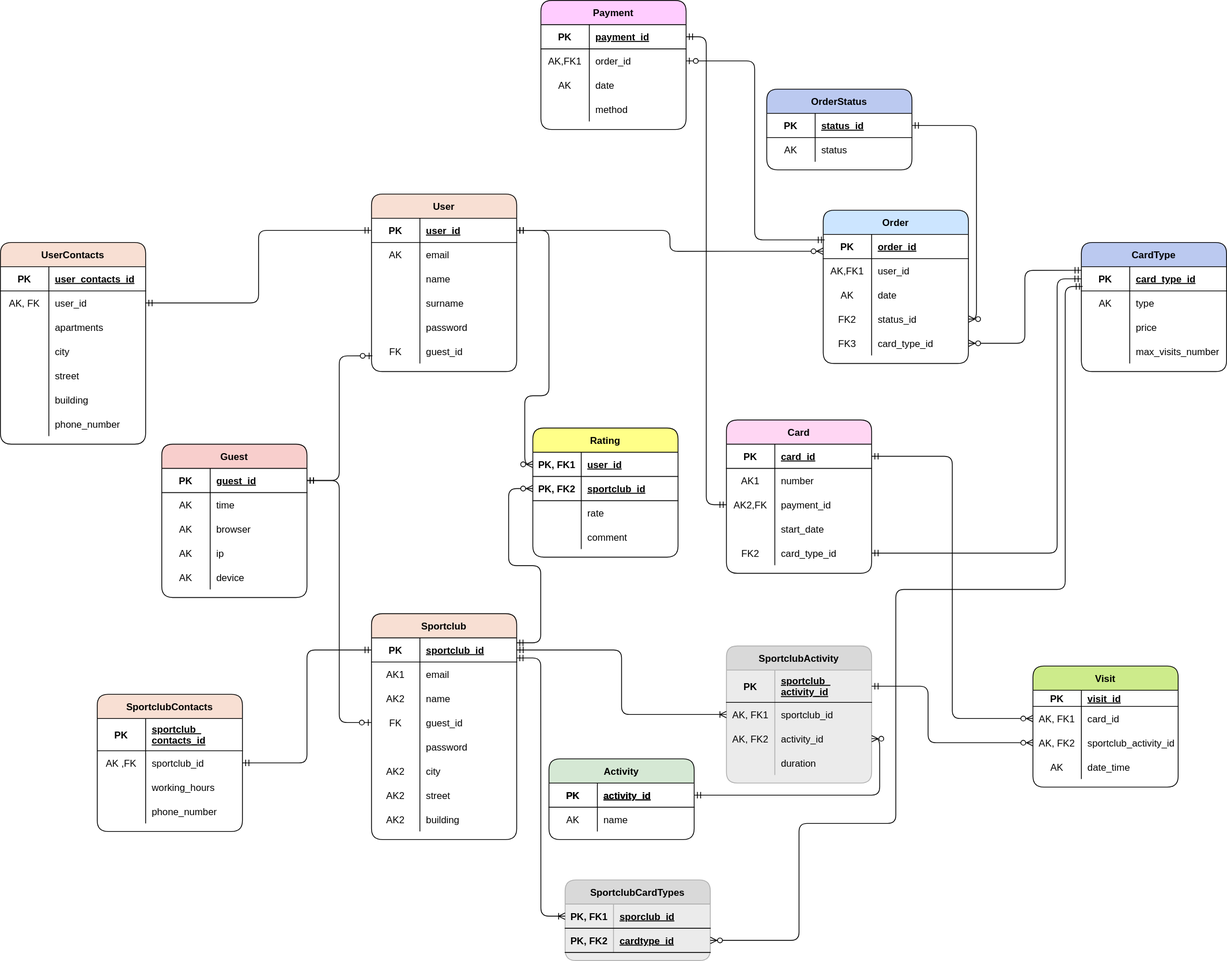
Earlier version of the draw.io export Design/Diagrams/MultisportLogicalModel.drawio.svg (Nataly-git/multisport). Source tidied: cells renumbered, new cells last; positions are measured from the earlier drawing's top-left corner, leaving out a move shared by most shapes.
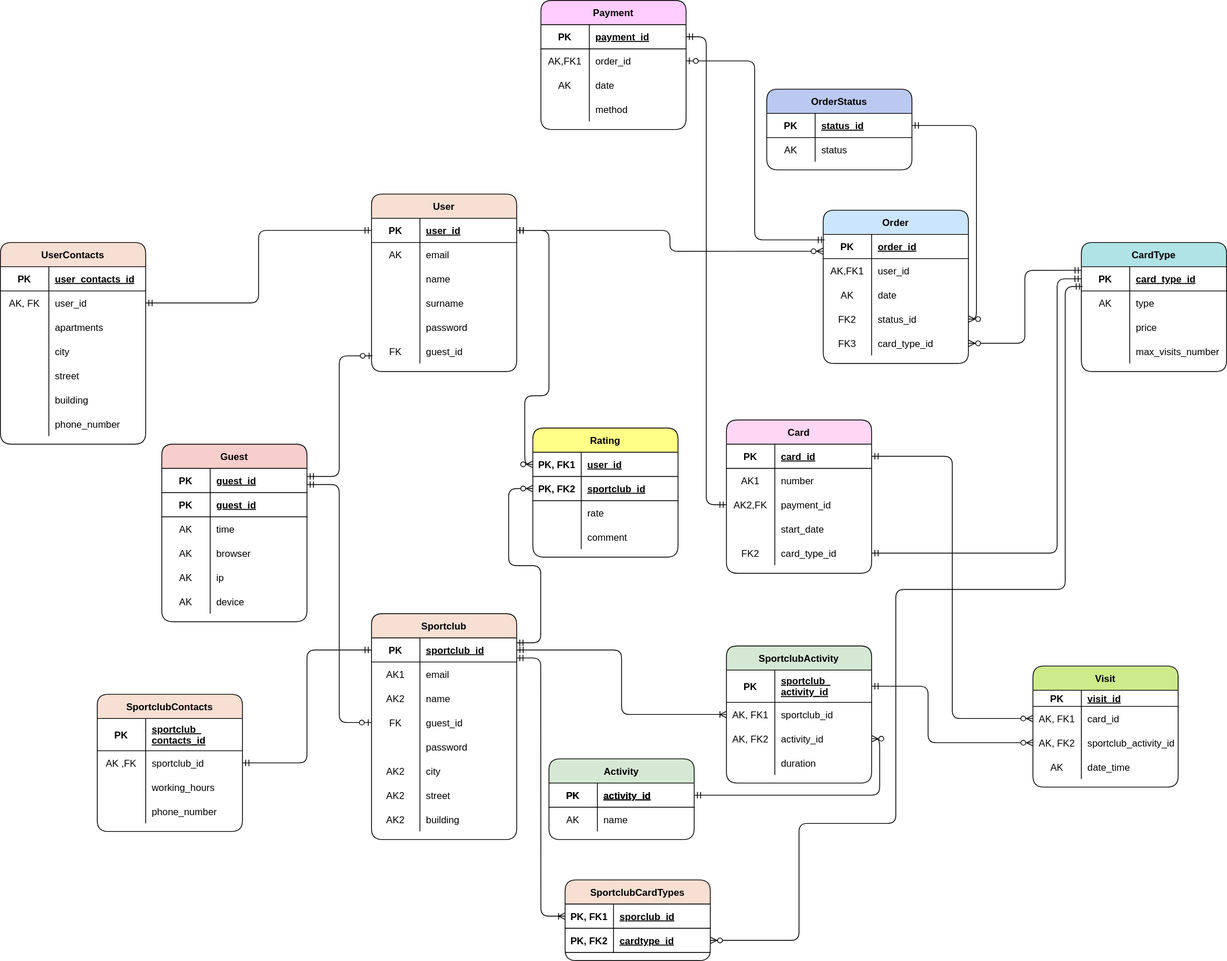
Later version of the same file.

Commit message:
update logical schema

What changed in the source:
```diff
@@ -3,7 +3,7 @@
     <mxCell id="0" />
     <mxCell id="1" parent="0" />
     <mxCell id="2" value="Guest" style="shape=table;startSize=30;rowLines=0;fontStyle=1;align=center;fillColor=#F8CECC;rounded=1;" parent="1" vertex="1">
-      <mxGeometry x="200" y="550" width="180" height="190" as="geometry" />
+      <mxGeometry x="200" y="550" width="180" height="220" as="geometry" />
     </mxCell>
     <mxCell id="3" style="shape=tableRow;horizontal=0;startSize=0;swimlaneHead=0;swimlaneBody=0;fillColor=none;points=[[0,0.5],[1,0.5]];portConstraint=eastwest;top=0;left=0;right=0;bottom=1;" parent="2" vertex="1">
       <mxGeometry y="30" width="180" height="30" as="geometry" />
@@ -14,8 +14,17 @@
     <mxCell id="5" value="guest_id" style="shape=partialRectangle;fillColor=none;top=0;left=0;bottom=0;right=0;align=left;spacingLeft=6;fontStyle=5;overflow=hidden;" parent="3" vertex="1">
       <mxGeometry x="60" width="120" height="30" as="geometry" />
     </mxCell>
+    <mxCell id="237" style="shape=tableRow;horizontal=0;startSize=0;swimlaneHead=0;swimlaneBody=0;fillColor=none;top=0;left=0;right=0;bottom=1;" parent="2" vertex="1">
+      <mxGeometry y="60" width="180" height="30" as="geometry" />
+    </mxCell>
+    <mxCell id="238" value="PK" style="shape=partialRectangle;fillColor=none;top=0;left=0;bottom=0;right=0;fontStyle=1;overflow=hidden;" parent="237" vertex="1">
+      <mxGeometry width="60" height="30" as="geometry" />
+    </mxCell>
+    <mxCell id="239" value="guest_id" style="shape=partialRectangle;fillColor=none;top=0;left=0;bottom=0;right=0;align=left;spacingLeft=6;fontStyle=5;overflow=hidden;" parent="237" vertex="1">
+      <mxGeometry x="60" width="120" height="30" as="geometry" />
+    </mxCell>
     <mxCell id="6" style="shape=tableRow;horizontal=0;startSize=0;swimlaneHead=0;swimlaneBody=0;fillColor=none;top=0;left=0;right=0;bottom=0;" parent="2" vertex="1">
-      <mxGeometry y="60" width="180" height="30" as="geometry" />
+      <mxGeometry y="90" width="180" height="30" as="geometry" />
     </mxCell>
     <mxCell id="7" value="AK" style="shape=partialRectangle;fillColor=none;top=0;left=0;bottom=0;right=0;overflow=hidden;" parent="6" vertex="1">
       <mxGeometry width="60" height="30" as="geometry" />
@@ -24,7 +33,7 @@
       <mxGeometry x="60" width="120" height="30" as="geometry" />
     </mxCell>
     <mxCell id="9" style="shape=tableRow;horizontal=0;startSize=0;swimlaneHead=0;swimlaneBody=0;fillColor=none;top=0;left=0;right=0;bottom=0;" parent="2" vertex="1">
-      <mxGeometry y="90" width="180" height="30" as="geometry" />
+      <mxGeometry y="120" width="180" height="30" as="geometry" />
     </mxCell>
     <mxCell id="10" value="AK" style="shape=partialRectangle;fillColor=none;top=0;left=0;bottom=0;right=0;overflow=hidden;" parent="9" vertex="1">
       <mxGeometry width="60" height="30" as="geometry" />
@@ -33,7 +42,7 @@
       <mxGeometry x="60" width="120" height="30" as="geometry" />
     </mxCell>
     <mxCell id="12" style="shape=tableRow;horizontal=0;startSize=0;swimlaneHead=0;swimlaneBody=0;fillColor=none;top=0;left=0;right=0;bottom=0;" parent="2" vertex="1">
-      <mxGeometry y="120" width="180" height="30" as="geometry" />
+      <mxGeometry y="150" width="180" height="30" as="geometry" />
     </mxCell>
     <mxCell id="13" value="AK" style="shape=partialRectangle;fillColor=none;top=0;left=0;bottom=0;right=0;overflow=hidden;" parent="12" vertex="1">
       <mxGeometry width="60" height="30" as="geometry" />
@@ -42,7 +51,7 @@
       <mxGeometry x="60" width="120" height="30" as="geometry" />
     </mxCell>
     <mxCell id="15" style="shape=tableRow;horizontal=0;startSize=0;swimlaneHead=0;swimlaneBody=0;fillColor=none;top=0;left=0;right=0;bottom=0;" parent="2" vertex="1">
-      <mxGeometry y="150" width="180" height="30" as="geometry" />
+      <mxGeometry y="180" width="180" height="30" as="geometry" />
     </mxCell>
     <mxCell id="16" value="AK" style="shape=partialRectangle;fillColor=none;top=0;left=0;bottom=0;right=0;overflow=hidden;" parent="15" vertex="1">
       <mxGeometry width="60" height="30" as="geometry" />
@@ -308,7 +317,7 @@
     <mxCell id="103" value="name" style="shape=partialRectangle;fillColor=none;top=0;left=0;bottom=0;right=0;align=left;spacingLeft=6;overflow=hidden;" parent="101" vertex="1">
       <mxGeometry x="60" width="120" height="30" as="geometry" />
     </mxCell>
-    <mxCell id="104" value="SportclubActivity" style="shape=table;startSize=30;rowLines=0;fontStyle=1;align=center;fillColor=#D9D9D9;rounded=1;strokeColor=#ADADAD;swimlaneFillColor=#EBEBEB;" parent="1" vertex="1">
+    <mxCell id="104" value="SportclubActivity" style="shape=table;startSize=30;rowLines=0;fontStyle=1;align=center;fillColor=#D5E8D4;rounded=1;strokeColor=default;swimlaneFillColor=none;perimeterSpacing=1;" parent="1" vertex="1">
       <mxGeometry x="900" y="800" width="180" height="170" as="geometry" />
     </mxCell>
     <mxCell id="105" style="shape=tableRow;horizontal=0;startSize=0;swimlaneHead=0;swimlaneBody=0;fillColor=none;points=[[0,0.5],[1,0.5]];portConstraint=eastwest;top=0;left=0;right=0;bottom=1;" parent="104" vertex="1">
@@ -416,7 +425,7 @@
     <mxCell id="139" value="card_type_id" style="shape=partialRectangle;fillColor=none;top=0;left=0;bottom=0;right=0;align=left;spacingLeft=6;overflow=hidden;" parent="137" vertex="1">
       <mxGeometry x="60" width="120" height="30" as="geometry" />
     </mxCell>
-    <mxCell id="140" value="CardType" style="shape=table;startSize=30;rowLines=0;fontStyle=1;align=center;fillColor=#BBC9F0;rounded=1;" parent="1" vertex="1">
+    <mxCell id="140" value="CardType" style="shape=table;startSize=30;rowLines=0;fontStyle=1;align=center;fillColor=#B0E3E6;rounded=1;" parent="1" vertex="1">
       <mxGeometry x="1340" y="300" width="180" height="160" as="geometry" />
     </mxCell>
     <mxCell id="141" style="shape=tableRow;horizontal=0;startSize=0;swimlaneHead=0;swimlaneBody=0;fillColor=none;points=[[0,0.5],[1,0.5]];portConstraint=eastwest;top=0;left=0;right=0;bottom=1;" parent="140" vertex="1">
@@ -658,13 +667,20 @@
         </Array>
       </mxGeometry>
     </mxCell>
-    <mxCell id="215" style="edgeStyle=orthogonalEdgeStyle;fontSize=12;html=1;endArrow=ERzeroToOne;startArrow=ERmandOne;exitX=1;exitY=0.5;exitDx=0;exitDy=0;entryX=0.006;entryY=0.684;entryDx=0;entryDy=0;entryPerimeter=0;rounded=1;" parent="1" edge="1" source="3" target="34">
-      <mxGeometry relative="1" as="geometry" />
+    <mxCell id="215" style="edgeStyle=orthogonalEdgeStyle;fontSize=12;html=1;endArrow=ERzeroToOne;startArrow=ERmandOne;entryX=0.006;entryY=0.684;entryDx=0;entryDy=0;entryPerimeter=0;rounded=1;" parent="1" edge="1" target="34">
+      <mxGeometry relative="1" as="geometry">
+        <mxPoint x="380" y="590" as="sourcePoint" />
+        <Array as="points">
+          <mxPoint x="420" y="590" />
+          <mxPoint x="420" y="441" />
+        </Array>
+      </mxGeometry>
     </mxCell>
-    <mxCell id="216" style="edgeStyle=orthogonalEdgeStyle;fontSize=12;html=1;endArrow=ERzeroToOne;startArrow=ERmandOne;exitX=1;exitY=0.5;exitDx=0;exitDy=0;entryX=0;entryY=0.5;entryDx=0;entryDy=0;rounded=1;jumpStyle=none;" parent="1" edge="1" source="3" target="47">
+    <mxCell id="216" style="edgeStyle=orthogonalEdgeStyle;fontSize=12;html=1;endArrow=ERzeroToOne;startArrow=ERmandOne;entryX=0;entryY=0.5;entryDx=0;entryDy=0;rounded=1;jumpStyle=none;" parent="1" edge="1" target="47">
       <mxGeometry relative="1" as="geometry">
+        <mxPoint x="380" y="600" as="sourcePoint" />
         <Array as="points">
-          <mxPoint x="420" y="595" />
+          <mxPoint x="420" y="600" />
           <mxPoint x="420" y="895" />
         </Array>
       </mxGeometry>
@@ -675,7 +691,7 @@
     <mxCell id="218" style="edgeStyle=orthogonalEdgeStyle;fontSize=12;html=1;endArrow=ERzeroToOne;startArrow=ERmandOne;rounded=1;entryX=1;entryY=0.5;entryDx=0;entryDy=0;exitX=0.01;exitY=0.227;exitDx=0;exitDy=0;exitPerimeter=0;strokeColor=default;" parent="1" edge="1" source="125" target="172">
       <mxGeometry relative="1" as="geometry" />
     </mxCell>
-    <mxCell id="219" value="SportclubCardTypes" style="shape=table;startSize=30;rowLines=0;fontStyle=1;align=center;fillColor=#D9D9D9;rounded=1;strokeColor=#ADADAD;swimlaneFillColor=#EBEBEB;fillStyle=auto;sketch=0;gradientColor=none;perimeterSpacing=0;swimlaneLine=1;" parent="1" vertex="1">
+    <mxCell id="219" value="SportclubCardTypes" style="shape=table;startSize=30;rowLines=0;fontStyle=1;align=center;fillColor=#F8DFD3;rounded=1;strokeColor=default;swimlaneFillColor=none;fillStyle=auto;sketch=0;gradientColor=none;perimeterSpacing=0;swimlaneLine=1;" parent="1" vertex="1">
       <mxGeometry x="700" y="1090" width="180" height="100" as="geometry" />
     </mxCell>
     <mxCell id="220" style="shape=tableRow;horizontal=0;startSize=0;swimlaneHead=0;swimlaneBody=0;fillColor=none;points=[[0,0.5],[1,0.5]];portConstraint=eastwest;top=0;left=0;right=0;bottom=1;" parent="219" vertex="1">
```
